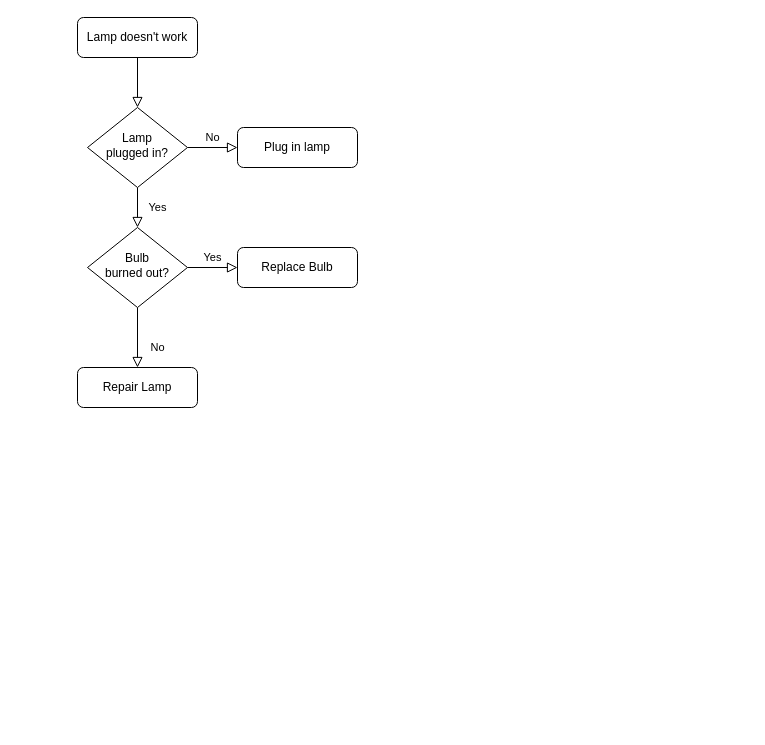
This is SignersCycle.drawio from adamskrodzki/gittest, a draw.io file, before an edit. Source tidied: cells renumbered, new cells numbered last; positions are measured from the earlier drawing's top-left corner, leaving out a move shared by most shapes. Both pictures are drawn from the tidied source at 100%, with x=0, y=0 at pixel (77, 17).
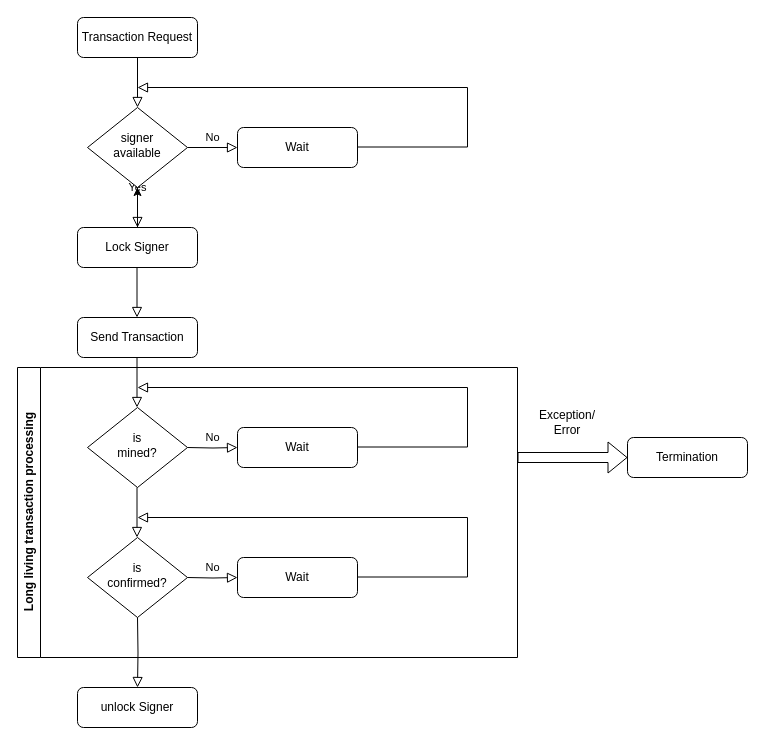
Above is the later version.

Diff of the diagram source:
```diff
@@
-    <mxCell id="3" value="Lamp doesn't work" style="rounded=1;whiteSpace=wrap;html=1;fontSize=12;glass=0;strokeWidth=1;shadow=0;" parent="1" vertex="1">
+    <mxCell id="3" value="Transaction Request" style="rounded=1;whiteSpace=wrap;html=1;fontSize=12;glass=0;strokeWidth=1;shadow=0;" parent="1" vertex="1">
       <mxGeometry width="120" height="40" as="geometry" />
     </mxCell>
-    <mxCell id="4" value="Yes" style="rounded=0;html=1;jettySize=auto;fontSize=11;endArrow=block;endFill=0;endSize=8;strokeWidth=1;shadow=0;labelBackgroundColor=none;edgeStyle=orthogonalEdgeStyle;" parent="1" edge="1" source="6" target="10">
-      <mxGeometry y="20" relative="1" as="geometry" />
+    <mxCell id="4" value="Yes" style="rounded=0;html=1;jettySize=auto;fontSize=11;endArrow=block;endFill=0;endSize=8;strokeWidth=1;shadow=0;labelBackgroundColor=none;edgeStyle=orthogonalEdgeStyle;" parent="1" edge="1" source="6">
+      <mxGeometry y="20" relative="1" as="geometry">
+        <mxPoint x="60" y="210" as="targetPoint" />
+      </mxGeometry>
     </mxCell>
@@
-    <mxCell id="6" value="Lamp&lt;br&gt;plugged in?" style="rhombus;whiteSpace=wrap;html=1;shadow=0;fontFamily=Helvetica;fontSize=12;align=center;strokeWidth=1;spacing=6;spacingTop=-4;" parent="1" vertex="1">
+    <mxCell id="6" value="signer&lt;br&gt;available" style="rhombus;whiteSpace=wrap;html=1;shadow=0;fontFamily=Helvetica;fontSize=12;align=center;strokeWidth=1;spacing=6;spacingTop=-4;" parent="1" vertex="1">
       <mxGeometry x="10" y="90" width="100" height="80" as="geometry" />
     </mxCell>
-    <mxCell id="7" value="Plug in lamp" style="rounded=1;whiteSpace=wrap;html=1;fontSize=12;glass=0;strokeWidth=1;shadow=0;" parent="1" vertex="1">
+    <mxCell id="7" value="Wait" style="rounded=1;whiteSpace=wrap;html=1;fontSize=12;glass=0;strokeWidth=1;shadow=0;" parent="1" vertex="1">
       <mxGeometry x="160" y="110" width="120" height="40" as="geometry" />
     </mxCell>
-    <mxCell id="8" value="No" style="rounded=0;html=1;jettySize=auto;fontSize=11;endArrow=block;endFill=0;endSize=8;strokeWidth=1;shadow=0;labelBackgroundColor=none;edgeStyle=orthogonalEdgeStyle;" parent="1" edge="1" source="10" target="11">
-      <mxGeometry x="0.33" y="20" relative="1" as="geometry" />
-    </mxCell>
-    <mxCell id="9" value="Yes" style="edgeStyle=orthogonalEdgeStyle;rounded=0;html=1;jettySize=auto;fontSize=11;endArrow=block;endFill=0;endSize=8;strokeWidth=1;shadow=0;labelBackgroundColor=none;" parent="1" edge="1" source="10" target="12">
-      <mxGeometry y="10" relative="1" as="geometry" />
-    </mxCell>
-    <mxCell id="10" value="Bulb&lt;br&gt;burned out?" style="rhombus;whiteSpace=wrap;html=1;shadow=0;fontFamily=Helvetica;fontSize=12;align=center;strokeWidth=1;spacing=6;spacingTop=-4;" parent="1" vertex="1">
-      <mxGeometry x="10" y="210" width="100" height="80" as="geometry" />
-    </mxCell>
-    <mxCell id="11" value="Repair Lamp" style="rounded=1;whiteSpace=wrap;html=1;fontSize=12;glass=0;strokeWidth=1;shadow=0;" parent="1" vertex="1">
-      <mxGeometry y="350" width="120" height="40" as="geometry" />
-    </mxCell>
-    <mxCell id="12" value="Replace Bulb" style="rounded=1;whiteSpace=wrap;html=1;fontSize=12;glass=0;strokeWidth=1;shadow=0;" parent="1" vertex="1">
-      <mxGeometry x="160" y="230" width="120" height="40" as="geometry" />
-    </mxCell>
+    <mxCell id="13" value="No" style="edgeStyle=orthogonalEdgeStyle;rounded=0;html=1;jettySize=auto;orthogonalLoop=1;fontSize=11;endArrow=block;endFill=0;endSize=8;strokeWidth=1;shadow=0;labelBackgroundColor=none;fontColor=none;noLabel=1;" parent="1" edge="1">
+      <mxGeometry y="10" relative="1" as="geometry">
+        <mxPoint x="280" y="129.5" as="sourcePoint" />
+        <mxPoint x="60" y="70" as="targetPoint" />
+        <Array as="points">
+          <mxPoint x="390" y="130" />
+          <mxPoint x="390" y="70" />
+        </Array>
+      </mxGeometry>
+    </mxCell>
+    <mxCell id="14" style="edgeStyle=orthogonalEdgeStyle;rounded=0;jettySize=auto;html=1;" parent="1" edge="1" source="15" target="6">
+      <mxGeometry relative="1" as="geometry" />
+    </mxCell>
+    <mxCell id="15" value="Lock Signer" style="rounded=1;whiteSpace=wrap;html=1;fontSize=12;glass=0;strokeWidth=1;shadow=0;" parent="1" vertex="1">
+      <mxGeometry y="210" width="120" height="40" as="geometry" />
+    </mxCell>
+    <mxCell id="16" value="Send Transaction" style="rounded=1;whiteSpace=wrap;html=1;fontSize=12;glass=0;strokeWidth=1;shadow=0;" parent="1" vertex="1">
+      <mxGeometry y="300" width="120" height="40" as="geometry" />
+    </mxCell>
+    <mxCell id="17" value="is&lt;br&gt;mined?" style="rhombus;whiteSpace=wrap;html=1;shadow=0;fontFamily=Helvetica;fontSize=12;align=center;strokeWidth=1;spacing=6;spacingTop=-4;" parent="1" vertex="1">
+      <mxGeometry x="10" y="390" width="100" height="80" as="geometry" />
+    </mxCell>
+    <mxCell id="18" style="rounded=0;html=1;jettySize=auto;orthogonalLoop=1;fontSize=11;endArrow=block;endFill=0;endSize=8;strokeWidth=1;shadow=0;labelBackgroundColor=none;edgeStyle=orthogonalEdgeStyle;" parent="1" edge="1">
+      <mxGeometry relative="1" as="geometry">
+        <mxPoint x="59.5" y="250" as="sourcePoint" />
+        <mxPoint x="59.5" y="300" as="targetPoint" />
+      </mxGeometry>
+    </mxCell>
+    <mxCell id="19" style="rounded=0;html=1;jettySize=auto;orthogonalLoop=1;fontSize=11;endArrow=block;endFill=0;endSize=8;strokeWidth=1;shadow=0;labelBackgroundColor=none;edgeStyle=orthogonalEdgeStyle;" parent="1" edge="1">
+      <mxGeometry relative="1" as="geometry">
+        <mxPoint x="59.5" y="340" as="sourcePoint" />
+        <mxPoint x="59.5" y="390" as="targetPoint" />
+      </mxGeometry>
+    </mxCell>
+    <mxCell id="20" value="No" style="edgeStyle=orthogonalEdgeStyle;rounded=0;html=1;jettySize=auto;fontSize=11;endArrow=block;endFill=0;endSize=8;strokeWidth=1;shadow=0;labelBackgroundColor=none;" parent="1" edge="1" target="21">
+      <mxGeometry y="10" relative="1" as="geometry">
+        <mxPoint x="110" y="430" as="sourcePoint" />
+      </mxGeometry>
+    </mxCell>
+    <mxCell id="21" value="Wait" style="rounded=1;whiteSpace=wrap;html=1;fontSize=12;glass=0;strokeWidth=1;shadow=0;" parent="1" vertex="1">
+      <mxGeometry x="160" y="410" width="120" height="40" as="geometry" />
+    </mxCell>
+    <mxCell id="22" value="No" style="edgeStyle=orthogonalEdgeStyle;rounded=0;html=1;jettySize=auto;orthogonalLoop=1;fontSize=11;endArrow=block;endFill=0;endSize=8;strokeWidth=1;shadow=0;labelBackgroundColor=none;fontColor=none;noLabel=1;" parent="1" edge="1">
+      <mxGeometry y="10" relative="1" as="geometry">
+        <mxPoint x="280" y="429.5" as="sourcePoint" />
+        <mxPoint x="60" y="370" as="targetPoint" />
+        <Array as="points">
+          <mxPoint x="390" y="430" />
+          <mxPoint x="390" y="370" />
+        </Array>
+      </mxGeometry>
+    </mxCell>
+    <mxCell id="23" value="is&lt;br&gt;confirmed?" style="rhombus;whiteSpace=wrap;html=1;shadow=0;fontFamily=Helvetica;fontSize=12;align=center;strokeWidth=1;spacing=6;spacingTop=-4;" parent="1" vertex="1">
+      <mxGeometry x="10" y="520" width="100" height="80" as="geometry" />
+    </mxCell>
+    <mxCell id="24" style="rounded=0;html=1;jettySize=auto;orthogonalLoop=1;fontSize=11;endArrow=block;endFill=0;endSize=8;strokeWidth=1;shadow=0;labelBackgroundColor=none;edgeStyle=orthogonalEdgeStyle;" parent="1" edge="1">
+      <mxGeometry relative="1" as="geometry">
+        <mxPoint x="59.5" y="470" as="sourcePoint" />
+        <mxPoint x="59.5" y="520" as="targetPoint" />
+      </mxGeometry>
+    </mxCell>
+    <mxCell id="25" value="No" style="edgeStyle=orthogonalEdgeStyle;rounded=0;html=1;jettySize=auto;fontSize=11;endArrow=block;endFill=0;endSize=8;strokeWidth=1;shadow=0;labelBackgroundColor=none;" parent="1" edge="1" target="26">
+      <mxGeometry y="10" relative="1" as="geometry">
+        <mxPoint x="110" y="560" as="sourcePoint" />
+      </mxGeometry>
+    </mxCell>
+    <mxCell id="26" value="Wait" style="rounded=1;whiteSpace=wrap;html=1;fontSize=12;glass=0;strokeWidth=1;shadow=0;" parent="1" vertex="1">
+      <mxGeometry x="160" y="540" width="120" height="40" as="geometry" />
+    </mxCell>
+    <mxCell id="27" value="No" style="edgeStyle=orthogonalEdgeStyle;rounded=0;html=1;jettySize=auto;orthogonalLoop=1;fontSize=11;endArrow=block;endFill=0;endSize=8;strokeWidth=1;shadow=0;labelBackgroundColor=none;fontColor=none;noLabel=1;" parent="1" edge="1">
+      <mxGeometry y="10" relative="1" as="geometry">
+        <mxPoint x="280" y="559.5" as="sourcePoint" />
+        <mxPoint x="60" y="500" as="targetPoint" />
+        <Array as="points">
+          <mxPoint x="390" y="560" />
+          <mxPoint x="390" y="500" />
+        </Array>
+      </mxGeometry>
+    </mxCell>
+    <mxCell id="28" value="Long living transaction processing&lt;br&gt;" style="swimlane;horizontal=0;whiteSpace=wrap;html=1;" parent="1" vertex="1">
+      <mxGeometry x="-60" y="350" width="500" height="290" as="geometry" />
+    </mxCell>
+    <mxCell id="29" style="rounded=0;html=1;jettySize=auto;fontSize=11;endArrow=block;endFill=0;endSize=8;strokeWidth=1;shadow=0;labelBackgroundColor=none;edgeStyle=orthogonalEdgeStyle;entryX=0.5;entryY=0;entryDx=0;entryDy=0;" parent="28" edge="1" target="31">
+      <mxGeometry relative="1" as="geometry">
+        <mxPoint x="119.5" y="330" as="sourcePoint" />
+      </mxGeometry>
+    </mxCell>
+    <mxCell id="30" style="rounded=0;html=1;jettySize=auto;fontSize=11;endArrow=block;endFill=0;endSize=8;strokeWidth=1;shadow=0;labelBackgroundColor=none;edgeStyle=orthogonalEdgeStyle;entryX=0.5;entryY=0;entryDx=0;entryDy=0;" parent="28" edge="1" target="31">
+      <mxGeometry relative="1" as="geometry">
+        <mxPoint x="120" y="250" as="sourcePoint" />
+      </mxGeometry>
+    </mxCell>
+    <mxCell id="31" value="unlock Signer" style="rounded=1;whiteSpace=wrap;html=1;fontSize=12;glass=0;strokeWidth=1;shadow=0;" parent="1" vertex="1">
+      <mxGeometry y="670" width="120" height="40" as="geometry" />
+    </mxCell>
+    <mxCell id="32" style="shape=flexArrow;endArrow=classic;html=1;rounded=0;" parent="1" edge="1">
+      <mxGeometry relative="1" as="geometry">
+        <mxPoint x="440" y="440" as="sourcePoint" />
+        <mxPoint x="550" y="440" as="targetPoint" />
+      </mxGeometry>
+    </mxCell>
+    <mxCell id="33" value="Exception/&lt;br&gt;Error" style="text;html=1;strokeColor=none;fillColor=none;align=center;verticalAlign=middle;whiteSpace=wrap;rounded=0;" parent="1" vertex="1">
+      <mxGeometry x="440" y="390" width="100" height="30" as="geometry" />
+    </mxCell>
+    <mxCell id="34" value="Termination" style="rounded=1;whiteSpace=wrap;html=1;fontSize=12;glass=0;strokeWidth=1;shadow=0;" parent="1" vertex="1">
+      <mxGeometry x="550" y="420" width="120" height="40" as="geometry" />
+    </mxCell>
```
